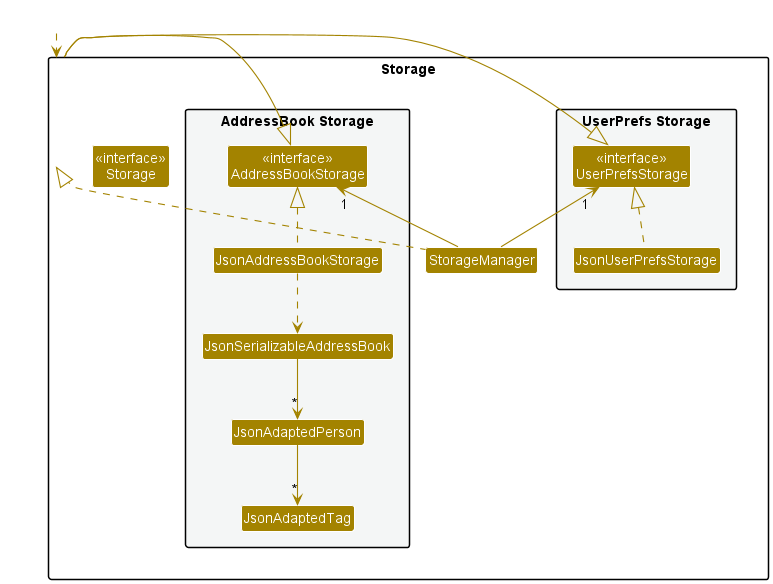
Before: docs/diagrams/StorageClassDiagram.png, a diagram exported from PlantUML (nus-cs2103-AY2223S2/tp). Its diagram source:
```plantuml
@startuml
!include style.puml
skinparam arrowThickness 1.1
skinparam arrowColor STORAGE_COLOR
skinparam classBackgroundColor STORAGE_COLOR

package Storage{

package "UserPrefs Storage" #F4F6F6{
Class "<<interface>>\nUserPrefsStorage" as UserPrefsStorage
Class JsonUserPrefsStorage
}

Class "<<interface>>\nStorage" as Storage
Class StorageManager

package "AddressBook Storage" #F4F6F6{
Class "<<interface>>\nAddressBookStorage" as AddressBookStorage
Class JsonAddressBookStorage
Class JsonSerializableAddressBook
Class JsonAdaptedPerson
Class JsonAdaptedTag
}

}

Class HiddenOutside #FFFFFF
HiddenOutside ..> Storage

StorageManager .up.|> Storage
StorageManager -up-> "1" UserPrefsStorage
StorageManager -up-> "1" AddressBookStorage

Storage -left-|> UserPrefsStorage
Storage -right-|> AddressBookStorage

JsonUserPrefsStorage .up.|> UserPrefsStorage
JsonAddressBookStorage .up.|> AddressBookStorage
JsonAddressBookStorage ..> JsonSerializableAddressBook
JsonSerializableAddressBook --> "*" JsonAdaptedPerson
JsonAdaptedPerson --> "*" JsonAdaptedTag

@enduml
```
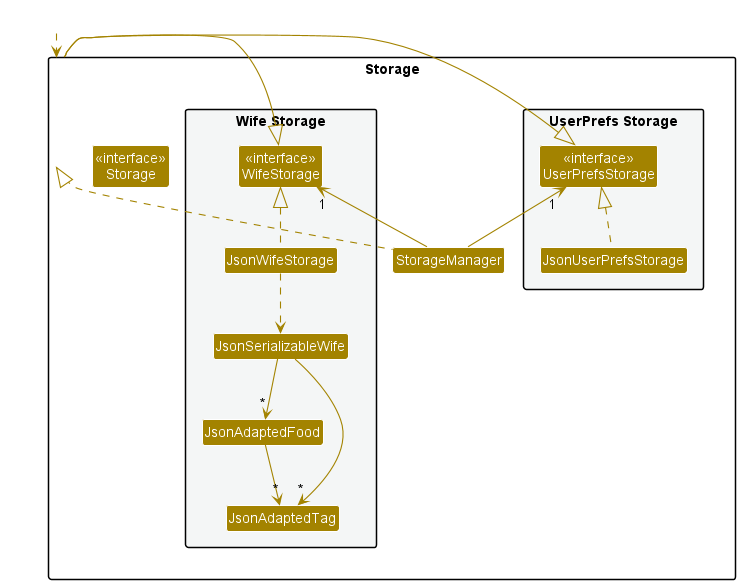
The same diagram one commit later.

The edit, as a diff of the source:
```diff
@@ -14,11 +14,11 @@
 Class "<<interface>>\nStorage" as Storage
 Class StorageManager
 
-package "AddressBook Storage" #F4F6F6{
-Class "<<interface>>\nAddressBookStorage" as AddressBookStorage
-Class JsonAddressBookStorage
-Class JsonSerializableAddressBook
-Class JsonAdaptedPerson
+package "Wife Storage" #F4F6F6{
+Class "<<interface>>\nWifeStorage" as WifeStorage
+Class JsonWifeStorage
+Class JsonSerializableWife
+Class JsonAdaptedFood
 Class JsonAdaptedTag
 }
 
@@ -29,15 +29,16 @@
 
 StorageManager .up.|> Storage
 StorageManager -up-> "1" UserPrefsStorage
-StorageManager -up-> "1" AddressBookStorage
+StorageManager -up-> "1" WifeStorage
 
 Storage -left-|> UserPrefsStorage
-Storage -right-|> AddressBookStorage
+Storage -right-|> WifeStorage
 
 JsonUserPrefsStorage .up.|> UserPrefsStorage
-JsonAddressBookStorage .up.|> AddressBookStorage
-JsonAddressBookStorage ..> JsonSerializableAddressBook
-JsonSerializableAddressBook --> "*" JsonAdaptedPerson
-JsonAdaptedPerson --> "*" JsonAdaptedTag
+JsonWifeStorage .up.|> WifeStorage
+JsonWifeStorage ..> JsonSerializableWife
+JsonSerializableWife --> "*" JsonAdaptedFood
+JsonSerializableWife --> "*" JsonAdaptedTag
+JsonAdaptedFood --> "*" JsonAdaptedTag
 
 @enduml
```
